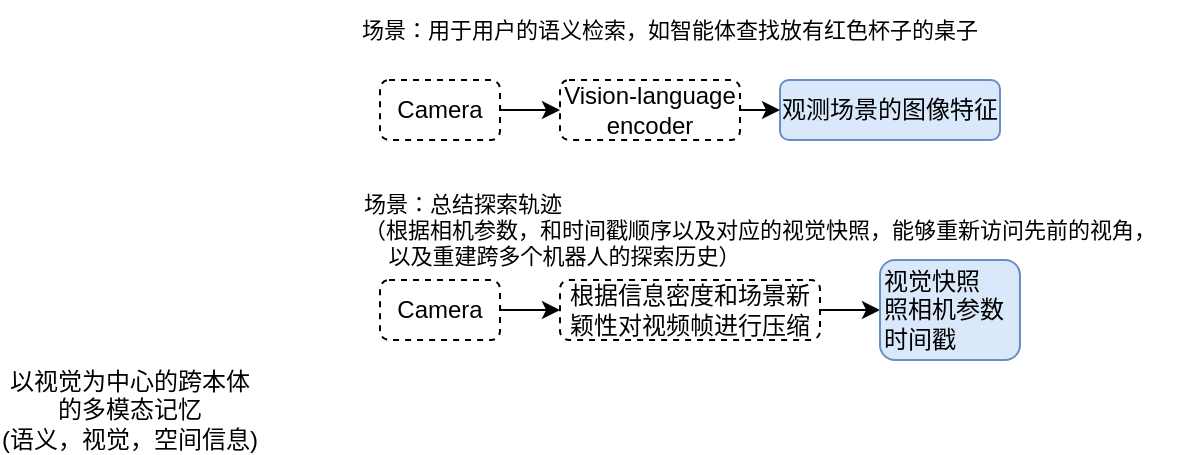
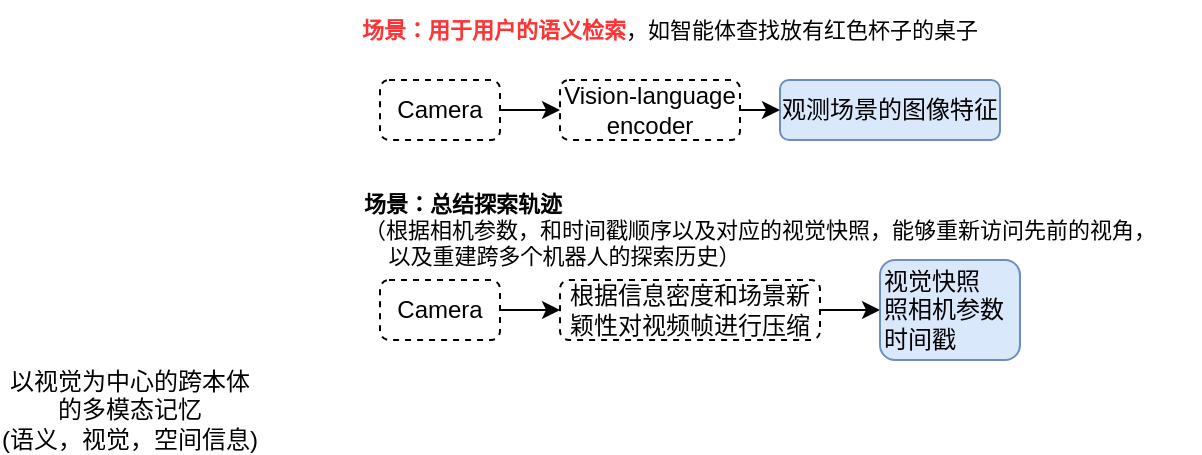
<mxfile host="app.diagrams.net">
  <diagram name="第 1 页" id="ri1UiOSOw__C7K71Jf-3">
    <mxGraphModel dx="884" dy="479" grid="1" gridSize="10" guides="1" tooltips="1" connect="1" arrows="1" fold="1" page="1" pageScale="1" pageWidth="3300" pageHeight="2339" math="0" shadow="0">
      <root>
        <mxCell id="0" />
        <mxCell id="1" parent="0" />
        <mxCell id="8uAygAgR7DF40HWwl34I-1" parent="1" style="text;html=1;whiteSpace=wrap;strokeColor=none;fillColor=none;align=center;verticalAlign=middle;rounded=0;" value="以视觉为中心的跨本体的多模态记忆&lt;br&gt;(语义，视觉，空间信息)" vertex="1">
          <mxGeometry height="30" width="130" x="20" y="260" as="geometry" />
        </mxCell>
        <mxCell id="8uAygAgR7DF40HWwl34I-2" parent="1" style="rounded=1;whiteSpace=wrap;html=1;fillColor=#dae8fc;strokeColor=#6c8ebf;" value="观测场景的图像特征" vertex="1">
          <mxGeometry height="30" width="110" x="410" y="110" as="geometry" />
        </mxCell>
        <mxCell id="8uAygAgR7DF40HWwl34I-5" edge="1" parent="1" source="8uAygAgR7DF40HWwl34I-3" style="edgeStyle=orthogonalEdgeStyle;rounded=0;orthogonalLoop=1;jettySize=auto;html=1;exitX=1;exitY=0.5;exitDx=0;exitDy=0;entryX=0;entryY=0.5;entryDx=0;entryDy=0;" target="8uAygAgR7DF40HWwl34I-2">
          <mxGeometry relative="1" as="geometry" />
        </mxCell>
        <mxCell id="8uAygAgR7DF40HWwl34I-3" parent="1" style="rounded=1;whiteSpace=wrap;html=1;dashed=1;" value="Vision-language encoder" vertex="1">
          <mxGeometry height="30" width="90" x="300" y="110" as="geometry" />
        </mxCell>
        <mxCell id="8uAygAgR7DF40HWwl34I-6" edge="1" parent="1" source="8uAygAgR7DF40HWwl34I-4" style="edgeStyle=orthogonalEdgeStyle;rounded=0;orthogonalLoop=1;jettySize=auto;html=1;exitX=1;exitY=0.5;exitDx=0;exitDy=0;entryX=0;entryY=0.5;entryDx=0;entryDy=0;" target="8uAygAgR7DF40HWwl34I-3">
          <mxGeometry relative="1" as="geometry" />
        </mxCell>
        <mxCell id="8uAygAgR7DF40HWwl34I-4" parent="1" style="rounded=1;whiteSpace=wrap;html=1;dashed=1;" value="Camera" vertex="1">
          <mxGeometry height="30" width="60" x="210" y="110" as="geometry" />
        </mxCell>
-         <mxCell id="8uAygAgR7DF40HWwl34I-7" parent="1" style="text;html=1;whiteSpace=wrap;strokeColor=none;fillColor=none;align=center;verticalAlign=middle;rounded=0;fontSize=11;" value="场景：用于用户的语义检索，如智能体查找放有红色杯子的桌子" vertex="1">
+         <mxCell id="8uAygAgR7DF40HWwl34I-7" parent="1" style="text;html=1;whiteSpace=wrap;strokeColor=none;fillColor=none;align=center;verticalAlign=middle;rounded=0;fontSize=11;" value="&lt;b&gt;&lt;font style=&quot;color: rgb(255, 51, 51);&quot;&gt;场景：用于用户的语义检索&lt;/font&gt;&lt;/b&gt;，如智能体查找放有红色杯子的桌子" vertex="1">
          <mxGeometry height="30" width="310" x="200" y="70" as="geometry" />
        </mxCell>
        <mxCell id="8uAygAgR7DF40HWwl34I-10" edge="1" parent="1" source="8uAygAgR7DF40HWwl34I-8" style="edgeStyle=orthogonalEdgeStyle;rounded=0;orthogonalLoop=1;jettySize=auto;html=1;" target="8uAygAgR7DF40HWwl34I-9" value="">
          <mxGeometry relative="1" as="geometry" />
        </mxCell>
        <mxCell id="8uAygAgR7DF40HWwl34I-8" parent="1" style="rounded=1;whiteSpace=wrap;html=1;dashed=1;" value="Camera" vertex="1">
          <mxGeometry height="30" width="60" x="210" y="210" as="geometry" />
        </mxCell>
        <mxCell id="8uAygAgR7DF40HWwl34I-14" edge="1" parent="1" source="8uAygAgR7DF40HWwl34I-9" style="edgeStyle=orthogonalEdgeStyle;rounded=0;orthogonalLoop=1;jettySize=auto;html=1;exitX=1;exitY=0.5;exitDx=0;exitDy=0;entryX=0;entryY=0.5;entryDx=0;entryDy=0;" target="8uAygAgR7DF40HWwl34I-13">
          <mxGeometry relative="1" as="geometry" />
        </mxCell>
        <mxCell id="8uAygAgR7DF40HWwl34I-9" parent="1" style="rounded=1;whiteSpace=wrap;html=1;dashed=1;" value="根据信息密度和场景新颖性对视频帧进行压缩" vertex="1">
          <mxGeometry height="30" width="130" x="300" y="210" as="geometry" />
        </mxCell>
-         <mxCell id="8uAygAgR7DF40HWwl34I-11" parent="1" style="text;html=1;whiteSpace=wrap;strokeColor=none;fillColor=none;align=left;verticalAlign=middle;rounded=0;fontSize=11;" value="场景：总结探索轨迹&lt;br&gt;（根据相机参数，和时间戳顺序以及对应的视觉快照，能够重新访问先前的视角，&lt;br&gt;&amp;nbsp; &amp;nbsp; 以及重建跨多个机器人的探索历史）" vertex="1">
+         <mxCell id="8uAygAgR7DF40HWwl34I-11" parent="1" style="text;html=1;whiteSpace=wrap;strokeColor=none;fillColor=none;align=left;verticalAlign=middle;rounded=0;fontSize=11;" value="&lt;b&gt;场景：总结探索轨迹&lt;/b&gt;&lt;br&gt;（根据相机参数，和时间戳顺序以及对应的视觉快照，能够重新访问先前的视角，&lt;br&gt;&amp;nbsp; &amp;nbsp; 以及重建跨多个机器人的探索历史）" vertex="1">
          <mxGeometry height="30" width="420" x="200" y="170" as="geometry" />
        </mxCell>
        <mxCell id="8uAygAgR7DF40HWwl34I-13" parent="1" style="rounded=1;whiteSpace=wrap;html=1;fillColor=#dae8fc;strokeColor=#6c8ebf;align=left;" value="视觉快照&lt;br&gt;&lt;span style=&quot;&quot;&gt;照相机参数&lt;/span&gt;&lt;div style=&quot;&quot;&gt;时间戳&lt;/div&gt;" vertex="1">
          <mxGeometry height="50" width="70" x="460" y="200" as="geometry" />
        </mxCell>
      </root>
    </mxGraphModel>
  </diagram>
</mxfile>
